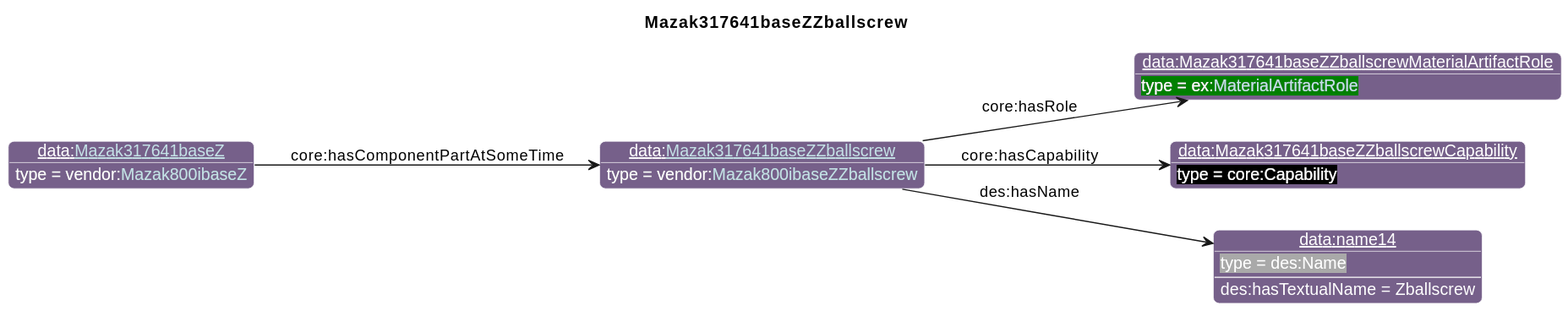
Earlier version of the PlantUML export diagrams/Mazak317641baseZZballscrew.svg (iofoundry/example-syseng-mtconnect).
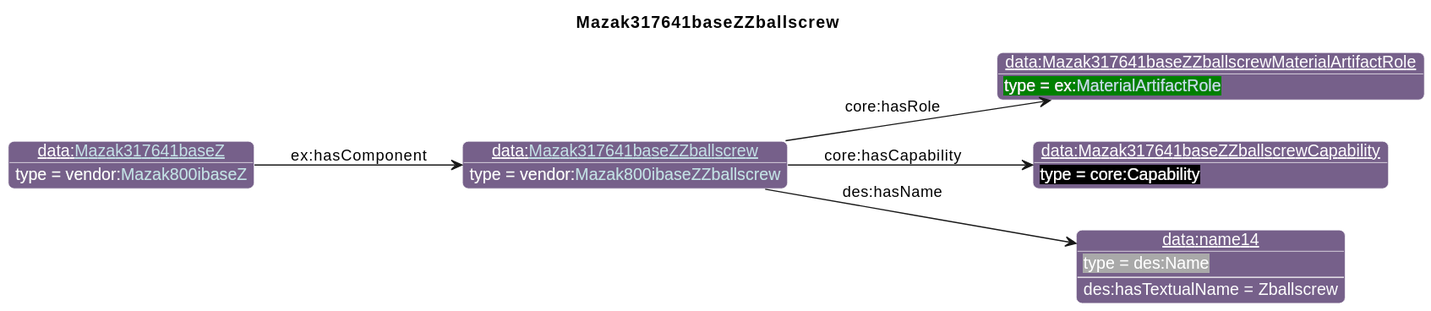
Above is the later version.

Diff of the diagram source:
```diff
@@ -34,5 +34,5 @@
 property(o0, "core:hasCapability", o2)
 property(o0, "des:hasName", o3)
 data(o3, "des:hasTextualName", "Zballscrew")
-property(o4, "core:hasComponentPartAtSomeTime", o0)
+property(o4, "ex:hasComponent", o0)
 @enduml
```
